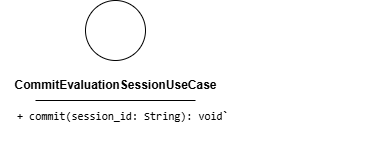
Above: src/PB/DocumentazioneEsterna/Specifica_Tecnica/content/uml/png/Session/CommitEvaluationSessionUseCase.png in GroupRubberDuck/Documentazione (draw.io), before the change. Source tidied: cells renumbered, new cells last; positions are measured from the earlier drawing's top-left corner, leaving out a move shared by most shapes. Source of this version:
```xml
<mxGraphModel>
  <root>
    <mxCell id="0" />
    <mxCell id="1" parent="0" />
    <mxCell id="2" style="ellipse;whiteSpace=wrap;html=1;" parent="1" vertex="1">
      <mxGeometry x="85" width="60" height="60" as="geometry" />
    </mxCell>
    <mxCell id="3" value="&lt;b&gt;CommitEvaluationSessionUseCase&lt;/b&gt;" style="text;html=1;align=center;verticalAlign=middle;strokeColor=none;fillColor=none;" parent="1" vertex="1">
      <mxGeometry y="70" width="230" height="30" as="geometry" />
    </mxCell>
    <mxCell id="4" style="endArrow=none;html=1;" parent="1" edge="1">
      <mxGeometry relative="1" as="geometry">
        <mxPoint x="35" y="100" as="sourcePoint" />
        <mxPoint x="195" y="100" as="targetPoint" />
        <Array as="points">
          <mxPoint x="115" y="100" />
        </Array>
      </mxGeometry>
    </mxCell>
    <mxCell id="5" value="&lt;div style=&quot;font-family: Consolas, &amp;quot;Courier New&amp;quot;, monospace; font-weight: normal; line-height: 19px; white-space: pre;&quot;&gt;&lt;div style=&quot;&quot;&gt;&lt;div style=&quot;line-height: 19px;&quot;&gt;&lt;span style=&quot;background-color: rgb(255, 255, 255);&quot;&gt;&lt;font style=&quot;color: rgb(0, 0, 0); font-size: 11px;&quot;&gt;+ commit(session_id: String): void`&lt;/font&gt;&lt;/span&gt;&lt;/div&gt;&lt;/div&gt;&lt;/div&gt;" style="text;whiteSpace=wrap;html=1;" parent="1" vertex="1">
      <mxGeometry x="15" y="100" width="370" height="40" as="geometry" />
    </mxCell>
  </root>
</mxGraphModel>
```
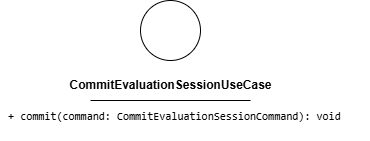
Above is the later version.

Change to the diagram source:
```diff
@@ -17,8 +17,8 @@
         </Array>
       </mxGeometry>
     </mxCell>
-    <mxCell id="5" value="&lt;div style=&quot;font-family: Consolas, &amp;quot;Courier New&amp;quot;, monospace; font-weight: normal; line-height: 19px; white-space: pre;&quot;&gt;&lt;div style=&quot;&quot;&gt;&lt;div style=&quot;line-height: 19px;&quot;&gt;&lt;span style=&quot;background-color: rgb(255, 255, 255);&quot;&gt;&lt;font style=&quot;color: rgb(0, 0, 0); font-size: 11px;&quot;&gt;+ commit(session_id: String): void`&lt;/font&gt;&lt;/span&gt;&lt;/div&gt;&lt;/div&gt;&lt;/div&gt;" style="text;whiteSpace=wrap;html=1;" parent="1" vertex="1">
-      <mxGeometry x="15" y="100" width="370" height="40" as="geometry" />
+    <mxCell id="5" value="&lt;div style=&quot;font-family: Consolas, &amp;quot;Courier New&amp;quot;, monospace; font-weight: normal; line-height: 19px; white-space: pre;&quot;&gt;&lt;div style=&quot;&quot;&gt;&lt;div style=&quot;line-height: 19px;&quot;&gt;&lt;span style=&quot;background-color: rgb(255, 255, 255);&quot;&gt;&lt;font style=&quot;color: rgb(0, 0, 0); font-size: 11px;&quot;&gt; + commit(command: CommitEvaluationSessionCommand): void&lt;/font&gt;&lt;/span&gt;&lt;/div&gt;&lt;/div&gt;&lt;/div&gt;" style="text;whiteSpace=wrap;html=1;" parent="1" vertex="1">
+      <mxGeometry x="-55" y="100" width="370" height="40" as="geometry" />
     </mxCell>
   </root>
 </mxGraphModel>
```
